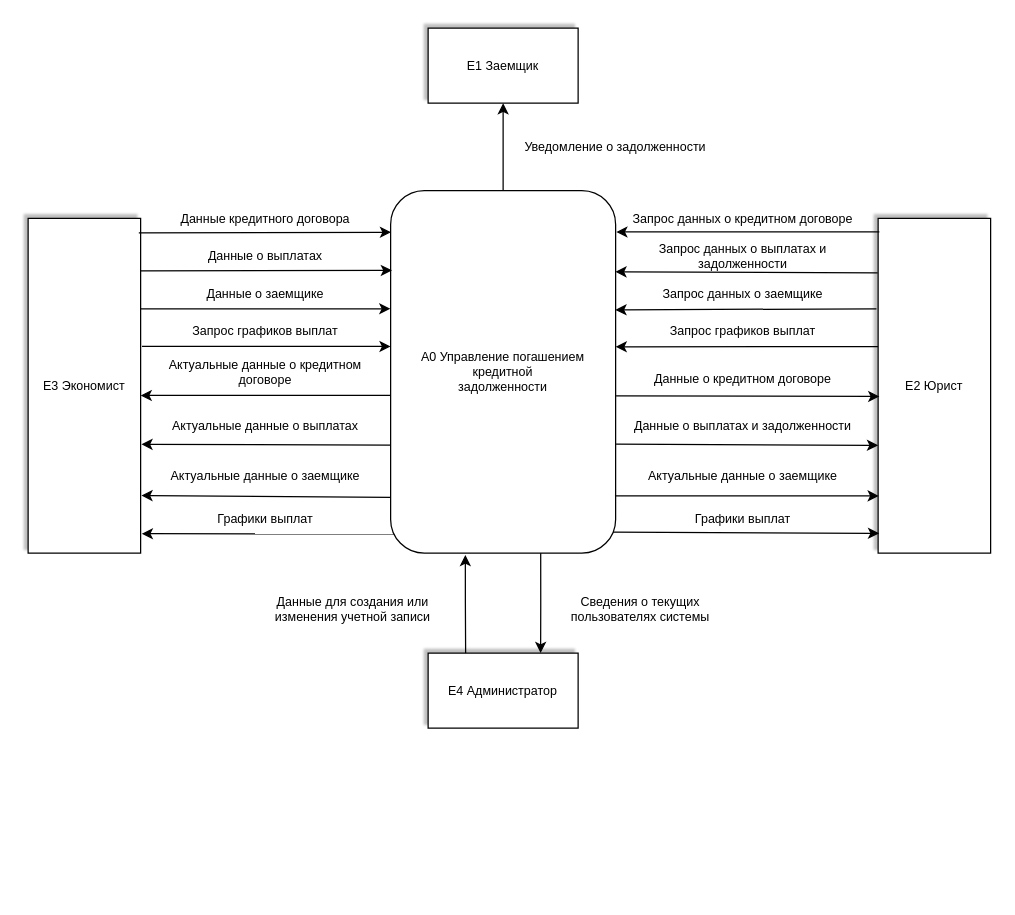
Earlier version of the draw.io diagram page "A-0" (1 of 3) of DFD.drawio (marlef03/pindblabs). Source tidied: cells renumbered, new cells numbered last; positions are measured from the earlier drawing's top-left corner, leaving out a move shared by most shapes. Both pictures are drawn from the tidied source at 125%, with x=0, y=0 at pixel (28, 28).
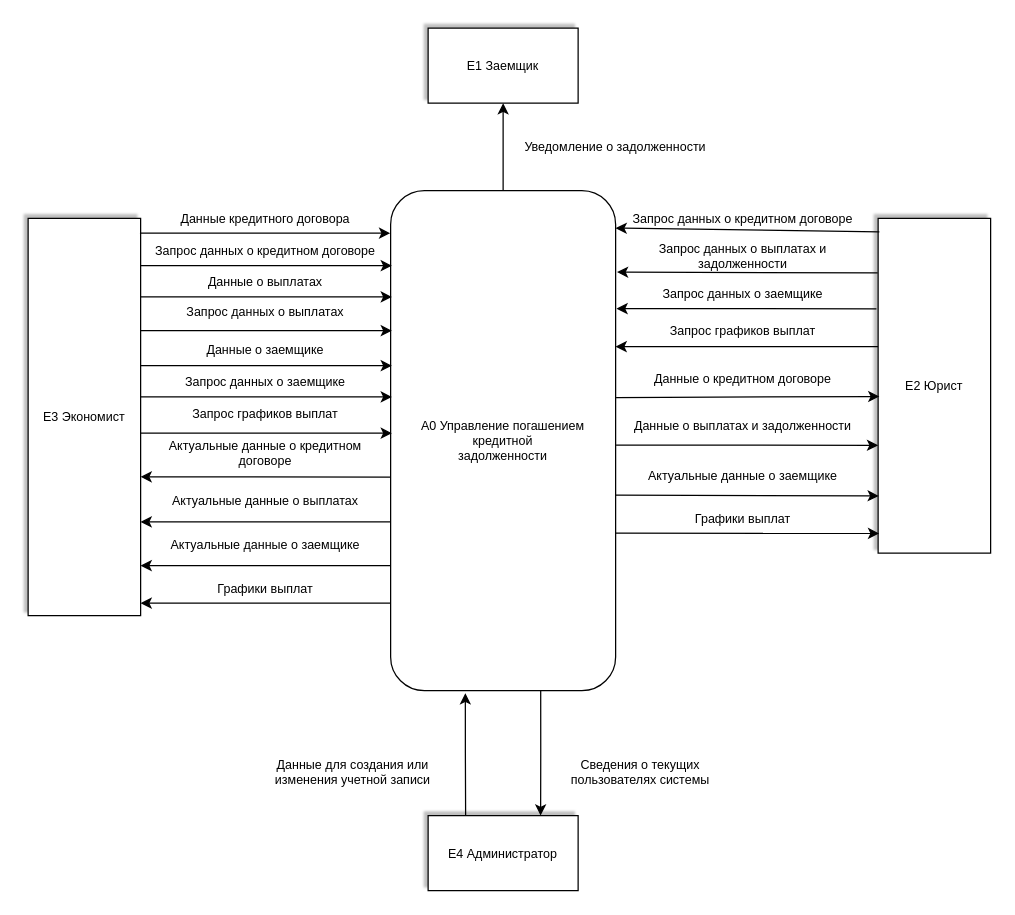
After the change.

The change refers to these unchanged cells:
```xml
<mxCell id="6" value="E2 Юрист" style="rounded=0;whiteSpace=wrap;html=1;shadow=1;shadowOffsetX=-3;shadowOffsetY=-3;shadowBlur=1;fontSize=10;" parent="1" vertex="1">
  <mxGeometry x="680" y="152.2" width="90" height="267.8" as="geometry" />
</mxCell>
```

The edit, as a diff of the source:
```diff
@@
     <mxCell id="2" value="A0 Управление погашением кредитной&lt;br&gt;задолженности" style="rounded=1;whiteSpace=wrap;html=1;fontSize=10;" parent="1" vertex="1">
-      <mxGeometry x="290" y="130" width="180" height="290" as="geometry" />
+      <mxGeometry x="290" y="130" width="180" height="400" as="geometry" />
     </mxCell>
@@
     <mxCell id="7" value="E3 Экономист" style="rounded=0;whiteSpace=wrap;html=1;shadow=1;shadowOffsetX=-3;shadowOffsetY=-3;shadowBlur=1;fontSize=10;" parent="1" vertex="1">
-      <mxGeometry y="152.2" width="90" height="267.8" as="geometry" />
+      <mxGeometry y="152.2" width="90" height="317.8" as="geometry" />
     </mxCell>
     <mxCell id="8" value="E4 Администратор" style="rounded=0;whiteSpace=wrap;html=1;shadow=1;shadowOffsetX=-3;shadowOffsetY=-3;shadowBlur=1;fontSize=10;" parent="1" vertex="1">
-      <mxGeometry x="320" y="500" width="120" height="60" as="geometry" />
+      <mxGeometry x="320" y="630" width="120" height="60" as="geometry" />
     </mxCell>
@@
     <mxCell id="11" value="Данные для создания или&lt;br&gt;изменения учетной записи" style="text;html=1;whiteSpace=wrap;strokeColor=none;fillColor=none;align=center;verticalAlign=middle;rounded=0;fontSize=10;" parent="1" vertex="1">
-      <mxGeometry x="180" y="450" width="160" height="30" as="geometry" />
+      <mxGeometry x="180" y="580" width="160" height="30" as="geometry" />
     </mxCell>
     <mxCell id="12" value="Сведения о текущих&lt;br&gt;пользователях системы" style="text;html=1;whiteSpace=wrap;strokeColor=none;fillColor=none;align=center;verticalAlign=middle;rounded=0;fontSize=10;" parent="1" vertex="1">
-      <mxGeometry x="410" y="450" width="160" height="30" as="geometry" />
+      <mxGeometry x="410" y="580" width="160" height="30" as="geometry" />
     </mxCell>
-    <mxCell id="13" style="endArrow=classic;html=1;rounded=0;curved=1;exitX=0.984;exitY=0.043;exitDx=0;exitDy=0;exitPerimeter=0;entryX=0.002;entryY=0.115;entryDx=0;entryDy=0;entryPerimeter=0;fontSize=10;" parent="1" edge="1" source="7" target="2">
-      <mxGeometry relative="1" as="geometry" />
-    </mxCell>
@@
-    <mxCell id="15" style="endArrow=classic;html=1;rounded=0;curved=1;exitX=1.003;exitY=0.157;exitDx=0;exitDy=0;exitPerimeter=0;entryX=0.006;entryY=0.22;entryDx=0;entryDy=0;entryPerimeter=0;fontSize=10;" parent="1" edge="1" source="7" target="2">
-      <mxGeometry relative="1" as="geometry" />
-    </mxCell>
     <mxCell id="16" value="Данные о выплатах" style="text;html=1;whiteSpace=wrap;strokeColor=none;fillColor=none;align=center;verticalAlign=middle;rounded=0;fontSize=10;" parent="1" vertex="1">
-      <mxGeometry x="100" y="174.7" width="180" height="15" as="geometry" />
+      <mxGeometry x="100" y="195" width="180" height="15" as="geometry" />
     </mxCell>
-    <mxCell id="17" style="endArrow=classic;html=1;rounded=0;curved=1;exitX=0.998;exitY=0.27;exitDx=0;exitDy=0;exitPerimeter=0;entryX=-0.001;entryY=0.326;entryDx=0;entryDy=0;entryPerimeter=0;fontSize=10;" parent="1" edge="1" source="7" target="2">
-      <mxGeometry relative="1" as="geometry" />
-    </mxCell>
     <mxCell id="18" value="Данные о заемщике" style="text;html=1;whiteSpace=wrap;strokeColor=none;fillColor=none;align=center;verticalAlign=middle;rounded=0;fontSize=10;" parent="1" vertex="1">
-      <mxGeometry x="100" y="204.7" width="180" height="15" as="geometry" />
+      <mxGeometry x="100" y="249.7" width="180" height="15" as="geometry" />
     </mxCell>
-    <mxCell id="19" style="endArrow=classic;html=1;rounded=0;curved=1;exitX=1.012;exitY=0.382;exitDx=0;exitDy=0;exitPerimeter=0;entryX=0;entryY=0.43;entryDx=0;entryDy=0;entryPerimeter=0;fontSize=10;" parent="1" edge="1" source="7" target="2">
-      <mxGeometry relative="1" as="geometry" />
-    </mxCell>
     <mxCell id="20" value="Запрос графиков выплат" style="text;html=1;whiteSpace=wrap;strokeColor=none;fillColor=none;align=center;verticalAlign=middle;rounded=0;fontSize=10;" parent="1" vertex="1">
-      <mxGeometry x="100" y="234.7" width="180" height="15" as="geometry" />
+      <mxGeometry x="100" y="300" width="180" height="15" as="geometry" />
     </mxCell>
-    <mxCell id="21" style="endArrow=none;html=1;rounded=0;curved=1;entryX=0;entryY=0.565;entryDx=0;entryDy=0;entryPerimeter=0;exitX=1;exitY=0.529;exitDx=0;exitDy=0;exitPerimeter=0;startArrow=classic;startFill=1;endFill=0;fontSize=10;" parent="1" edge="1" source="7" target="2">
-      <mxGeometry relative="1" as="geometry" />
-    </mxCell>
     <mxCell id="22" value="Актуальные данные о кредитном договоре" style="text;html=1;whiteSpace=wrap;strokeColor=none;fillColor=none;align=center;verticalAlign=middle;rounded=0;fontSize=10;" parent="1" vertex="1">
-      <mxGeometry x="100" y="267.5" width="180" height="15" as="geometry" />
+      <mxGeometry x="100" y="332.8" width="180" height="15" as="geometry" />
     </mxCell>
-    <mxCell id="23" style="endArrow=none;html=1;rounded=0;curved=1;entryX=0;entryY=0.702;entryDx=0;entryDy=0;entryPerimeter=0;exitX=1.007;exitY=0.675;exitDx=0;exitDy=0;exitPerimeter=0;endFill=0;startArrow=classic;startFill=1;fontSize=10;" parent="1" edge="1" source="7" target="2">
-      <mxGeometry relative="1" as="geometry" />
-    </mxCell>
     <mxCell id="24" value="Актуальные данные о выплатах" style="text;html=1;whiteSpace=wrap;strokeColor=none;fillColor=none;align=center;verticalAlign=middle;rounded=0;fontSize=10;" parent="1" vertex="1">
-      <mxGeometry x="100" y="310" width="180" height="15" as="geometry" />
+      <mxGeometry x="100" y="370" width="180" height="15" as="geometry" />
     </mxCell>
-    <mxCell id="25" style="endArrow=none;html=1;rounded=0;curved=1;entryX=-0.001;entryY=0.846;entryDx=0;entryDy=0;entryPerimeter=0;exitX=1.007;exitY=0.828;exitDx=0;exitDy=0;exitPerimeter=0;startArrow=classic;startFill=1;endFill=0;fontSize=10;" parent="1" edge="1" source="7" target="2">
-      <mxGeometry relative="1" as="geometry" />
-    </mxCell>
     <mxCell id="26" value="Актуальные данные о заемщике" style="text;html=1;whiteSpace=wrap;strokeColor=none;fillColor=none;align=center;verticalAlign=middle;rounded=0;fontSize=10;" parent="1" vertex="1">
-      <mxGeometry x="100" y="350" width="180" height="15" as="geometry" />
+      <mxGeometry x="100" y="405" width="180" height="15" as="geometry" />
     </mxCell>
-    <mxCell id="27" style="endArrow=none;html=1;rounded=0;curved=1;exitX=1.01;exitY=0.942;exitDx=0;exitDy=0;exitPerimeter=0;entryX=0.018;entryY=0.947;entryDx=0;entryDy=0;entryPerimeter=0;endFill=0;startArrow=classic;startFill=1;fontSize=10;" parent="1" edge="1" source="7" target="2">
-      <mxGeometry relative="1" as="geometry" />
-    </mxCell>
     <mxCell id="28" value="Графики выплат" style="text;html=1;whiteSpace=wrap;strokeColor=none;fillColor=none;align=center;verticalAlign=middle;rounded=0;fontSize=10;" parent="1" vertex="1">
-      <mxGeometry x="100" y="384.7" width="180" height="15" as="geometry" />
+      <mxGeometry x="100" y="440" width="180" height="15" as="geometry" />
     </mxCell>
-    <mxCell id="29" style="endArrow=none;html=1;rounded=0;curved=1;exitX=1.003;exitY=0.114;exitDx=0;exitDy=0;exitPerimeter=0;entryX=0.011;entryY=0.04;entryDx=0;entryDy=0;entryPerimeter=0;fontSize=10;startArrow=classic;startFill=1;endFill=0;" parent="1" edge="1" source="2" target="6">
+    <mxCell id="29" style="endArrow=none;html=1;rounded=0;curved=1;exitX=1;exitY=0.075;exitDx=0;exitDy=0;exitPerimeter=0;entryX=0.011;entryY=0.04;entryDx=0;entryDy=0;entryPerimeter=0;fontSize=10;startArrow=classic;startFill=1;endFill=0;" parent="1" edge="1" source="2" target="6">
       <mxGeometry relative="1" as="geometry" />
     </mxCell>
@@
-    <mxCell id="31" style="endArrow=none;html=1;rounded=0;curved=1;exitX=0.999;exitY=0.224;exitDx=0;exitDy=0;exitPerimeter=0;entryX=-0.004;entryY=0.163;entryDx=0;entryDy=0;entryPerimeter=0;fontSize=10;startArrow=classic;startFill=1;endFill=0;" parent="1" edge="1" source="2" target="6">
+    <mxCell id="31" style="endArrow=none;html=1;rounded=0;curved=1;exitX=1.006;exitY=0.163;exitDx=0;exitDy=0;exitPerimeter=0;entryX=-0.004;entryY=0.163;entryDx=0;entryDy=0;entryPerimeter=0;fontSize=10;startArrow=classic;startFill=1;endFill=0;" parent="1" edge="1" source="2" target="6">
       <mxGeometry relative="1" as="geometry" />
     </mxCell>
@@
-    <mxCell id="33" style="endArrow=none;html=1;rounded=0;curved=1;exitX=0.999;exitY=0.329;exitDx=0;exitDy=0;exitPerimeter=0;entryX=-0.015;entryY=0.27;entryDx=0;entryDy=0;entryPerimeter=0;fontSize=10;startArrow=classic;startFill=1;endFill=0;" parent="1" edge="1" source="2" target="6">
+    <mxCell id="33" style="endArrow=none;html=1;rounded=0;curved=1;exitX=1.004;exitY=0.236;exitDx=0;exitDy=0;exitPerimeter=0;entryX=-0.015;entryY=0.27;entryDx=0;entryDy=0;entryPerimeter=0;fontSize=10;startArrow=classic;startFill=1;endFill=0;" parent="1" edge="1" source="2" target="6">
       <mxGeometry relative="1" as="geometry" />
     </mxCell>
@@
-    <mxCell id="35" style="endArrow=none;html=1;rounded=0;curved=1;exitX=1;exitY=0.431;exitDx=0;exitDy=0;exitPerimeter=0;fontSize=10;startArrow=classic;startFill=1;endFill=0;entryX=0;entryY=0.383;entryDx=0;entryDy=0;entryPerimeter=0;" parent="1" edge="1" source="2" target="6">
+    <mxCell id="35" style="endArrow=none;html=1;rounded=0;curved=1;exitX=1;exitY=0.312;exitDx=0;exitDy=0;exitPerimeter=0;fontSize=10;startArrow=classic;startFill=1;endFill=0;entryX=0;entryY=0.383;entryDx=0;entryDy=0;entryPerimeter=0;" parent="1" edge="1" source="2" target="6">
       <mxGeometry relative="1" as="geometry" />
     </mxCell>
@@
-    <mxCell id="37" style="endArrow=classic;html=1;rounded=0;curved=1;entryX=0.011;entryY=0.532;entryDx=0;entryDy=0;entryPerimeter=0;exitX=1.002;exitY=0.566;exitDx=0;exitDy=0;exitPerimeter=0;startArrow=none;startFill=0;endFill=1;fontSize=10;" parent="1" edge="1" source="2" target="6">
+    <mxCell id="37" style="endArrow=classic;html=1;rounded=0;curved=1;entryX=0.011;entryY=0.532;entryDx=0;entryDy=0;entryPerimeter=0;exitX=1.002;exitY=0.414;exitDx=0;exitDy=0;exitPerimeter=0;startArrow=none;startFill=0;endFill=1;fontSize=10;" parent="1" edge="1" source="2" target="6">
       <mxGeometry relative="1" as="geometry" />
     </mxCell>
@@
-    <mxCell id="39" style="endArrow=classic;html=1;rounded=0;curved=1;entryX=0;entryY=0.678;entryDx=0;entryDy=0;entryPerimeter=0;exitX=1.002;exitY=0.699;exitDx=0;exitDy=0;exitPerimeter=0;endFill=1;startArrow=none;startFill=0;fontSize=10;" parent="1" edge="1" source="2" target="6">
+    <mxCell id="39" style="endArrow=classic;html=1;rounded=0;curved=1;entryX=0;entryY=0.678;entryDx=0;entryDy=0;entryPerimeter=0;exitX=1.002;exitY=0.509;exitDx=0;exitDy=0;exitPerimeter=0;endFill=1;startArrow=none;startFill=0;fontSize=10;" parent="1" edge="1" source="2" target="6">
       <mxGeometry relative="1" as="geometry" />
     </mxCell>
@@
-    <mxCell id="41" style="endArrow=classic;html=1;rounded=0;curved=1;entryX=0.006;entryY=0.829;entryDx=0;entryDy=0;entryPerimeter=0;exitX=0.997;exitY=0.842;exitDx=0;exitDy=0;exitPerimeter=0;startArrow=none;startFill=0;endFill=1;fontSize=10;" parent="1" edge="1" source="2" target="6">
+    <mxCell id="41" style="endArrow=classic;html=1;rounded=0;curved=1;entryX=0.006;entryY=0.829;entryDx=0;entryDy=0;entryPerimeter=0;exitX=1;exitY=0.609;exitDx=0;exitDy=0;exitPerimeter=0;startArrow=none;startFill=0;endFill=1;fontSize=10;" parent="1" edge="1" source="2" target="6">
       <mxGeometry relative="1" as="geometry" />
     </mxCell>
@@
-    <mxCell id="43" style="endArrow=classic;html=1;rounded=0;curved=1;exitX=0.989;exitY=0.942;exitDx=0;exitDy=0;exitPerimeter=0;entryX=0.009;entryY=0.941;entryDx=0;entryDy=0;entryPerimeter=0;endFill=1;startArrow=none;startFill=0;fontSize=10;" parent="1" edge="1" source="2" target="6">
+    <mxCell id="43" style="endArrow=classic;html=1;rounded=0;curved=1;exitX=1;exitY=0.685;exitDx=0;exitDy=0;exitPerimeter=0;entryX=0.009;entryY=0.941;entryDx=0;entryDy=0;entryPerimeter=0;endFill=1;startArrow=none;startFill=0;fontSize=10;" parent="1" edge="1" source="2" target="6">
       <mxGeometry relative="1" as="geometry" />
     </mxCell>
@@
+    <mxCell id="45" value="Запрос данных о кредитном договоре" style="text;html=1;whiteSpace=wrap;strokeColor=none;fillColor=none;align=center;verticalAlign=middle;rounded=0;fontSize=10;" parent="1" vertex="1">
+      <mxGeometry x="100" y="170" width="180" height="15" as="geometry" />
+    </mxCell>
+    <mxCell id="46" value="Запрос данных о выплатах" style="text;html=1;whiteSpace=wrap;strokeColor=none;fillColor=none;align=center;verticalAlign=middle;rounded=0;fontSize=10;" parent="1" vertex="1">
+      <mxGeometry x="100" y="219.7" width="180" height="15" as="geometry" />
+    </mxCell>
+    <mxCell id="47" value="Запрос данных о заемщике" style="text;html=1;whiteSpace=wrap;strokeColor=none;fillColor=none;align=center;verticalAlign=middle;rounded=0;fontSize=10;" parent="1" vertex="1">
+      <mxGeometry x="100" y="275" width="180" height="15" as="geometry" />
+    </mxCell>
+    <mxCell id="48" style="endArrow=classic;html=1;rounded=0;curved=1;entryX=-0.002;entryY=0.085;entryDx=0;entryDy=0;entryPerimeter=0;exitX=0.994;exitY=0.037;exitDx=0;exitDy=0;exitPerimeter=0;" parent="1" edge="1" source="7" target="2">
+      <mxGeometry relative="1" as="geometry" />
+    </mxCell>
+    <mxCell id="49" style="endArrow=classic;html=1;rounded=0;curved=1;entryX=-0.002;entryY=0.085;entryDx=0;entryDy=0;entryPerimeter=0;exitX=0.994;exitY=0.037;exitDx=0;exitDy=0;exitPerimeter=0;" parent="1" edge="1">
+      <mxGeometry relative="1" as="geometry">
+        <mxPoint x="90" y="190" as="sourcePoint" />
+        <mxPoint x="291" y="190" as="targetPoint" />
+      </mxGeometry>
+    </mxCell>
+    <mxCell id="50" style="endArrow=classic;html=1;rounded=0;curved=1;entryX=-0.002;entryY=0.085;entryDx=0;entryDy=0;entryPerimeter=0;exitX=0.994;exitY=0.037;exitDx=0;exitDy=0;exitPerimeter=0;" parent="1" edge="1">
+      <mxGeometry relative="1" as="geometry">
+        <mxPoint x="90" y="215" as="sourcePoint" />
+        <mxPoint x="291" y="215" as="targetPoint" />
+      </mxGeometry>
+    </mxCell>
+    <mxCell id="51" style="endArrow=classic;html=1;rounded=0;curved=1;entryX=-0.002;entryY=0.085;entryDx=0;entryDy=0;entryPerimeter=0;exitX=0.994;exitY=0.037;exitDx=0;exitDy=0;exitPerimeter=0;" parent="1" edge="1">
+      <mxGeometry relative="1" as="geometry">
+        <mxPoint x="90" y="242" as="sourcePoint" />
+        <mxPoint x="291" y="242" as="targetPoint" />
+      </mxGeometry>
+    </mxCell>
+    <mxCell id="52" style="endArrow=classic;html=1;rounded=0;curved=1;entryX=-0.002;entryY=0.085;entryDx=0;entryDy=0;entryPerimeter=0;exitX=0.994;exitY=0.037;exitDx=0;exitDy=0;exitPerimeter=0;" parent="1" edge="1">
+      <mxGeometry relative="1" as="geometry">
+        <mxPoint x="90" y="270" as="sourcePoint" />
+        <mxPoint x="291" y="270" as="targetPoint" />
+      </mxGeometry>
+    </mxCell>
+    <mxCell id="53" style="endArrow=classic;html=1;rounded=0;curved=1;entryX=-0.002;entryY=0.085;entryDx=0;entryDy=0;entryPerimeter=0;exitX=0.994;exitY=0.037;exitDx=0;exitDy=0;exitPerimeter=0;" parent="1" edge="1">
+      <mxGeometry relative="1" as="geometry">
+        <mxPoint x="90" y="295" as="sourcePoint" />
+        <mxPoint x="291" y="295" as="targetPoint" />
+      </mxGeometry>
+    </mxCell>
+    <mxCell id="54" style="endArrow=classic;html=1;rounded=0;curved=1;entryX=-0.002;entryY=0.085;entryDx=0;entryDy=0;entryPerimeter=0;exitX=0.994;exitY=0.037;exitDx=0;exitDy=0;exitPerimeter=0;" parent="1" edge="1">
+      <mxGeometry relative="1" as="geometry">
+        <mxPoint x="90" y="324" as="sourcePoint" />
+        <mxPoint x="291" y="324" as="targetPoint" />
+      </mxGeometry>
+    </mxCell>
+    <mxCell id="55" style="endArrow=none;html=1;rounded=0;curved=1;entryX=-0.001;entryY=0.573;entryDx=0;entryDy=0;entryPerimeter=0;startArrow=classic;startFill=1;endFill=0;" parent="1" edge="1" target="2">
+      <mxGeometry relative="1" as="geometry">
+        <mxPoint x="90" y="359" as="sourcePoint" />
+      </mxGeometry>
+    </mxCell>
+    <mxCell id="56" style="endArrow=none;html=1;rounded=0;curved=1;entryX=-0.001;entryY=0.573;entryDx=0;entryDy=0;entryPerimeter=0;startArrow=classic;startFill=1;endFill=0;" parent="1" edge="1">
+      <mxGeometry relative="1" as="geometry">
+        <mxPoint x="90" y="395" as="sourcePoint" />
+        <mxPoint x="290" y="395" as="targetPoint" />
+      </mxGeometry>
+    </mxCell>
+    <mxCell id="57" style="endArrow=none;html=1;rounded=0;curved=1;entryX=-0.001;entryY=0.573;entryDx=0;entryDy=0;entryPerimeter=0;startArrow=classic;startFill=1;endFill=0;" parent="1" edge="1">
+      <mxGeometry relative="1" as="geometry">
+        <mxPoint x="90" y="430" as="sourcePoint" />
+        <mxPoint x="290" y="430" as="targetPoint" />
+      </mxGeometry>
+    </mxCell>
+    <mxCell id="58" style="endArrow=none;html=1;rounded=0;curved=1;entryX=-0.001;entryY=0.573;entryDx=0;entryDy=0;entryPerimeter=0;startArrow=classic;startFill=1;endFill=0;" parent="1" edge="1">
+      <mxGeometry relative="1" as="geometry">
+        <mxPoint x="90" y="460" as="sourcePoint" />
+        <mxPoint x="290" y="460" as="targetPoint" />
+      </mxGeometry>
+    </mxCell>
```
